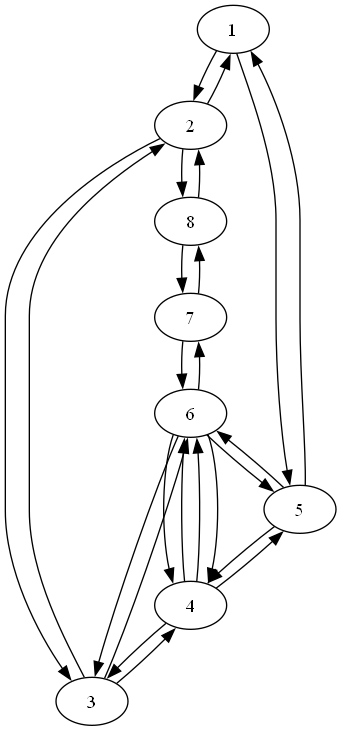
Above: src/graph.dot.png in RenatBogdanov/Struct2025_Lab_2 (Graphviz), before the change. Its source is kept beside it as src/graph.dot.
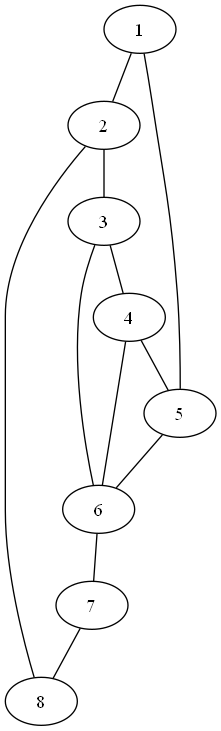
The same file after the commit.

Change to the diagram source:
```diff
@@ -1,26 +1,14 @@
 digraph G {
+edge [dir=none];
     1 -> 2;
     1 -> 5;
-    2 -> 1;
     2 -> 3;
     2 -> 8;
-    3 -> 2;
     3 -> 4;
     3 -> 6;
-    4 -> 3;
     4 -> 5;
     4 -> 6;
-    4 -> 6;
-    5 -> 4;
-    5 -> 1;
     5 -> 6;
-    6 -> 3;
     6 -> 7;
-    6 -> 5;
-    6 -> 4;
-    6 -> 4;
-    7 -> 6;
     7 -> 8;
-    8 -> 7;
-    8 -> 2;
 }
```
